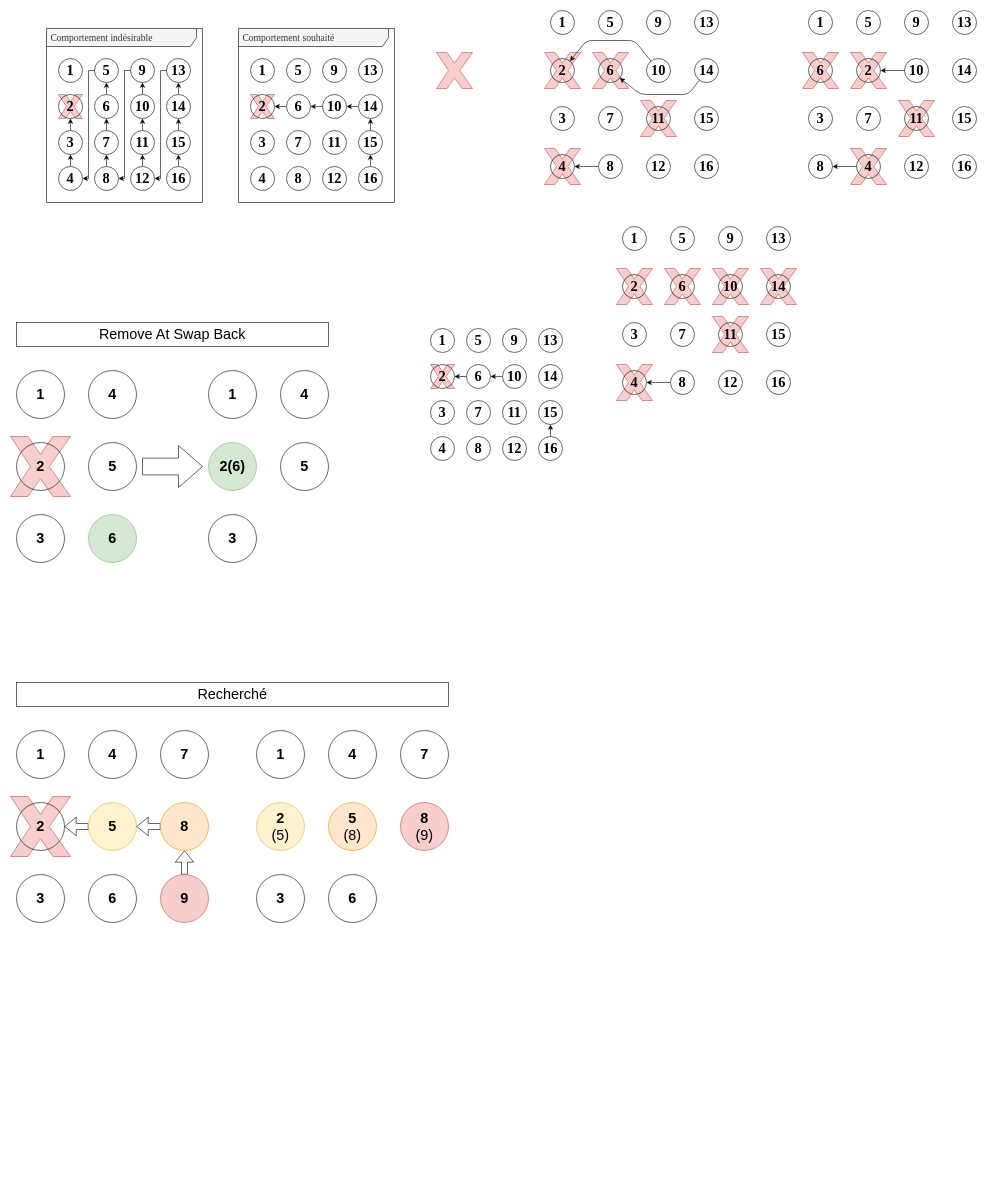
Earlier version of the draw.io diagram Assets/Documentation/Analyse/Regiments/RegimentFormation.drawio (Cat-du-Fromage/TPI_CastleDefense). Source tidied: cells renumbered, new cells numbered last; positions are measured from the earlier drawing's top-left corner, leaving out a move shared by most shapes. Both pictures are drawn from the tidied source at 60%, with x=0, y=0 at pixel (10, 10).
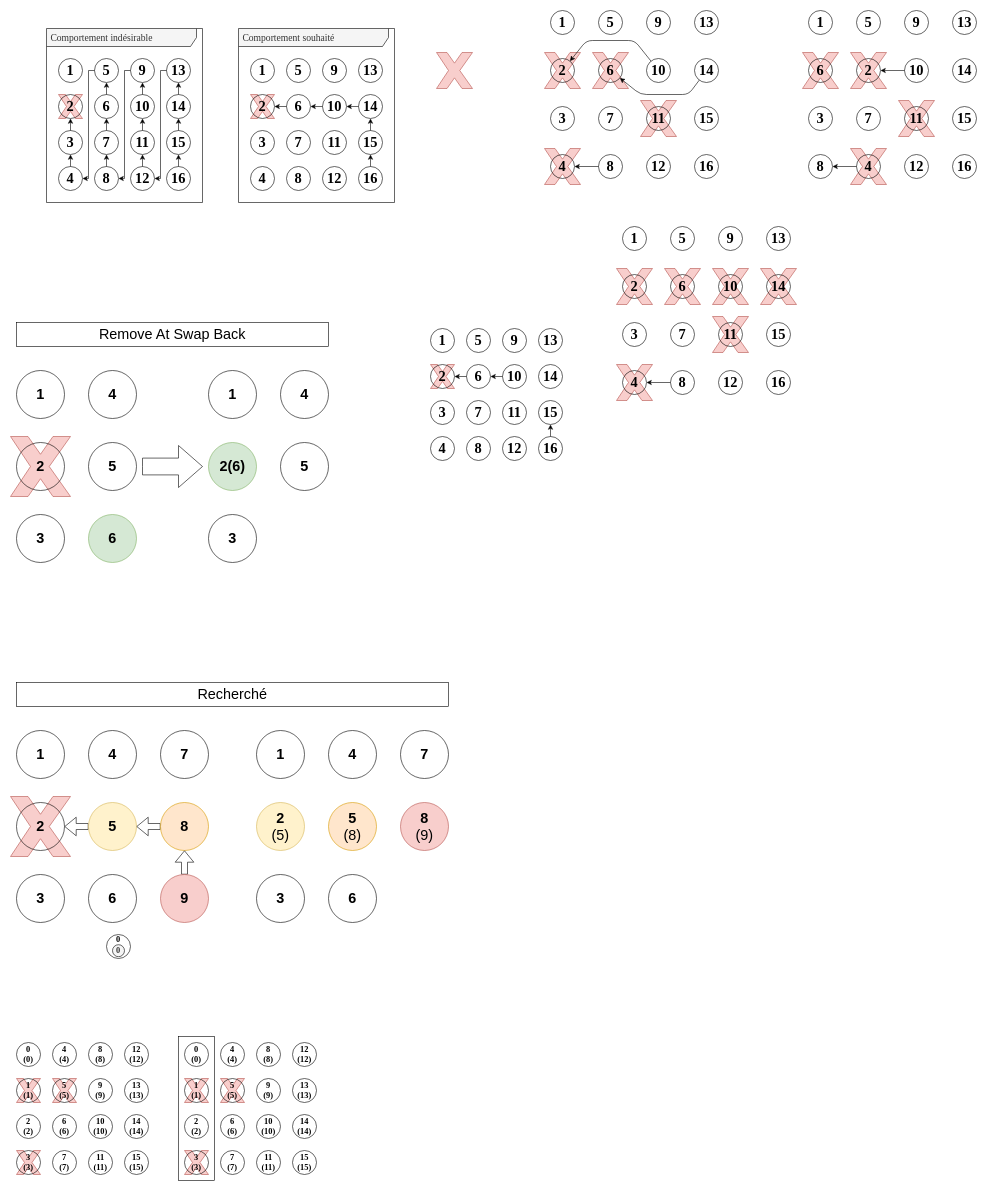
The same diagram, later.

What changed in the source:
```diff
@@
+    <mxCell id="184" style="verticalLabelPosition=bottom;verticalAlign=top;html=1;shape=mxgraph.basic.x;fontSize=24;fillColor=#f8cecc;strokeColor=#b85450;" parent="24" vertex="1">
+      <mxGeometry x="10" y="1780" width="40" height="40" as="geometry" />
+    </mxCell>
+    <mxCell id="185" style="verticalLabelPosition=bottom;verticalAlign=top;html=1;shape=mxgraph.basic.x;fontSize=24;fillColor=#f8cecc;strokeColor=#b85450;" parent="24" vertex="1">
+      <mxGeometry x="70" y="1780" width="40" height="40" as="geometry" />
+    </mxCell>
+    <mxCell id="186" style="verticalLabelPosition=bottom;verticalAlign=top;html=1;shape=mxgraph.basic.x;fontSize=24;fillColor=#f8cecc;strokeColor=#b85450;" parent="24" vertex="1">
+      <mxGeometry x="10" y="1900" width="40" height="40" as="geometry" />
+    </mxCell>
+    <mxCell id="187" style="verticalLabelPosition=bottom;verticalAlign=top;html=1;shape=mxgraph.basic.x;fontSize=24;fillColor=#f8cecc;strokeColor=#b85450;" parent="24" vertex="1">
+      <mxGeometry x="350" y="1780" width="40" height="40" as="geometry" />
+    </mxCell>
+    <mxCell id="188" style="verticalLabelPosition=bottom;verticalAlign=top;html=1;shape=mxgraph.basic.x;fontSize=24;fillColor=#f8cecc;strokeColor=#b85450;" parent="24" vertex="1">
+      <mxGeometry x="290" y="1780" width="40" height="40" as="geometry" />
+    </mxCell>
+    <mxCell id="189" style="verticalLabelPosition=bottom;verticalAlign=top;html=1;shape=mxgraph.basic.x;fontSize=24;fillColor=#f8cecc;strokeColor=#b85450;" parent="24" vertex="1">
+      <mxGeometry x="290" y="1900" width="40" height="40" as="geometry" />
+    </mxCell>
+    <mxCell id="190" parent="0" />
+    <mxCell id="191" style="rounded=0;whiteSpace=wrap;html=1;fontSize=14;fillColor=none;" parent="190" vertex="1">
+      <mxGeometry x="280" y="1710" width="60" height="240" as="geometry" />
+    </mxCell>
@@
+    <mxCell id="192" value="0" style="ellipse;whiteSpace=wrap;html=1;fontSize=14;fontStyle=1;fillColor=none;fontFamily=Times New Roman;verticalAlign=top;spacing=-4;" parent="78" vertex="1">
+      <mxGeometry x="160" y="1540" width="40" height="40" as="geometry" />
+    </mxCell>
+    <mxCell id="193" value="1&lt;br style=&quot;font-size: 14px&quot;&gt;&lt;span style=&quot;font-size: 14px&quot;&gt;(&lt;/span&gt;1&lt;span style=&quot;font-size: 14px&quot;&gt;)&lt;/span&gt;" style="ellipse;whiteSpace=wrap;html=1;fontSize=14;fontStyle=1;fillColor=none;fontFamily=Times New Roman;" parent="78" vertex="1">
+      <mxGeometry x="10" y="1780" width="40" height="40" as="geometry" />
+    </mxCell>
+    <mxCell id="194" value="2&lt;br style=&quot;font-size: 14px;&quot;&gt;(2)" style="ellipse;whiteSpace=wrap;html=1;fontSize=14;fontStyle=1;fillColor=none;fontFamily=Times New Roman;" parent="78" vertex="1">
+      <mxGeometry x="10" y="1840" width="40" height="40" as="geometry" />
+    </mxCell>
+    <mxCell id="195" value="3&lt;br&gt;(3)" style="ellipse;whiteSpace=wrap;html=1;fontSize=14;fontStyle=1;fillColor=none;fontFamily=Times New Roman;" parent="78" vertex="1">
+      <mxGeometry x="10" y="1900" width="40" height="40" as="geometry" />
+    </mxCell>
+    <mxCell id="196" value="4&lt;br&gt;(4)" style="ellipse;whiteSpace=wrap;html=1;fontSize=14;fontStyle=1;fillColor=none;fontFamily=Times New Roman;" parent="78" vertex="1">
+      <mxGeometry x="70" y="1720" width="40" height="40" as="geometry" />
+    </mxCell>
+    <mxCell id="197" value="5&lt;br&gt;(5)" style="ellipse;whiteSpace=wrap;html=1;fontSize=14;fontStyle=1;fillColor=none;fontFamily=Times New Roman;" parent="78" vertex="1">
+      <mxGeometry x="70" y="1780" width="40" height="40" as="geometry" />
+    </mxCell>
+    <mxCell id="198" value="6&lt;br&gt;(6)" style="ellipse;whiteSpace=wrap;html=1;fontSize=14;fontStyle=1;fillColor=none;fontFamily=Times New Roman;" parent="78" vertex="1">
+      <mxGeometry x="70" y="1840" width="40" height="40" as="geometry" />
+    </mxCell>
+    <mxCell id="199" value="7&lt;br&gt;(7)" style="ellipse;whiteSpace=wrap;html=1;fontSize=14;fontStyle=1;fillColor=none;fontFamily=Times New Roman;" parent="78" vertex="1">
+      <mxGeometry x="70" y="1900" width="40" height="40" as="geometry" />
+    </mxCell>
+    <mxCell id="200" value="8&lt;br&gt;(8)" style="ellipse;whiteSpace=wrap;html=1;fontSize=14;fontStyle=1;fillColor=none;fontFamily=Times New Roman;" parent="78" vertex="1">
+      <mxGeometry x="130" y="1720" width="40" height="40" as="geometry" />
+    </mxCell>
+    <mxCell id="201" value="9&lt;br&gt;(9)" style="ellipse;whiteSpace=wrap;html=1;fontSize=14;fontStyle=1;fillColor=none;fontFamily=Times New Roman;" parent="78" vertex="1">
+      <mxGeometry x="130" y="1780" width="40" height="40" as="geometry" />
+    </mxCell>
+    <mxCell id="202" value="10&lt;br&gt;(10)" style="ellipse;whiteSpace=wrap;html=1;fontSize=14;fontStyle=1;fillColor=none;fontFamily=Times New Roman;" parent="78" vertex="1">
+      <mxGeometry x="130" y="1840" width="40" height="40" as="geometry" />
+    </mxCell>
+    <mxCell id="203" value="11&lt;br&gt;(11)" style="ellipse;whiteSpace=wrap;html=1;fontSize=14;fontStyle=1;fillColor=none;fontFamily=Times New Roman;" parent="78" vertex="1">
+      <mxGeometry x="130" y="1900" width="40" height="40" as="geometry" />
+    </mxCell>
+    <mxCell id="204" value="12&lt;br&gt;(12)" style="ellipse;whiteSpace=wrap;html=1;fontSize=14;fontStyle=1;fillColor=none;fontFamily=Times New Roman;" parent="78" vertex="1">
+      <mxGeometry x="190" y="1720" width="40" height="40" as="geometry" />
+    </mxCell>
+    <mxCell id="205" value="13&lt;br&gt;(13)" style="ellipse;whiteSpace=wrap;html=1;fontSize=14;fontStyle=1;fillColor=none;fontFamily=Times New Roman;" parent="78" vertex="1">
+      <mxGeometry x="190" y="1780" width="40" height="40" as="geometry" />
+    </mxCell>
+    <mxCell id="206" value="14&lt;br&gt;(14)" style="ellipse;whiteSpace=wrap;html=1;fontSize=14;fontStyle=1;fillColor=none;fontFamily=Times New Roman;" parent="78" vertex="1">
+      <mxGeometry x="190" y="1840" width="40" height="40" as="geometry" />
+    </mxCell>
+    <mxCell id="207" value="15&lt;br&gt;(15)" style="ellipse;whiteSpace=wrap;html=1;fontSize=14;fontStyle=1;fillColor=none;fontFamily=Times New Roman;" parent="78" vertex="1">
+      <mxGeometry x="190" y="1900" width="40" height="40" as="geometry" />
+    </mxCell>
+    <mxCell id="208" value="0&lt;br&gt;(0)" style="ellipse;whiteSpace=wrap;html=1;fontSize=14;fontStyle=1;fillColor=none;fontFamily=Times New Roman;verticalAlign=middle;spacing=2;" parent="78" vertex="1">
+      <mxGeometry x="10" y="1720" width="40" height="40" as="geometry" />
+    </mxCell>
+    <mxCell id="209" value="1&lt;br style=&quot;font-size: 14px&quot;&gt;&lt;span style=&quot;font-size: 14px&quot;&gt;(&lt;/span&gt;1&lt;span style=&quot;font-size: 14px&quot;&gt;)&lt;/span&gt;" style="ellipse;whiteSpace=wrap;html=1;fontSize=14;fontStyle=1;fillColor=none;fontFamily=Times New Roman;" parent="78" vertex="1">
+      <mxGeometry x="290" y="1780" width="40" height="40" as="geometry" />
+    </mxCell>
+    <mxCell id="210" value="2&lt;br style=&quot;font-size: 14px;&quot;&gt;(2)" style="ellipse;whiteSpace=wrap;html=1;fontSize=14;fontStyle=1;fillColor=none;fontFamily=Times New Roman;" parent="78" vertex="1">
+      <mxGeometry x="290" y="1840" width="40" height="40" as="geometry" />
+    </mxCell>
+    <mxCell id="211" value="3&lt;br&gt;(3)" style="ellipse;whiteSpace=wrap;html=1;fontSize=14;fontStyle=1;fillColor=none;fontFamily=Times New Roman;" parent="78" vertex="1">
+      <mxGeometry x="290" y="1900" width="40" height="40" as="geometry" />
+    </mxCell>
+    <mxCell id="212" value="4&lt;br&gt;(4)" style="ellipse;whiteSpace=wrap;html=1;fontSize=14;fontStyle=1;fillColor=none;fontFamily=Times New Roman;" parent="78" vertex="1">
+      <mxGeometry x="350" y="1720" width="40" height="40" as="geometry" />
+    </mxCell>
+    <mxCell id="213" value="5&lt;br&gt;(5)" style="ellipse;whiteSpace=wrap;html=1;fontSize=14;fontStyle=1;fillColor=none;fontFamily=Times New Roman;" parent="78" vertex="1">
+      <mxGeometry x="350" y="1780" width="40" height="40" as="geometry" />
+    </mxCell>
+    <mxCell id="214" value="6&lt;br&gt;(6)" style="ellipse;whiteSpace=wrap;html=1;fontSize=14;fontStyle=1;fillColor=none;fontFamily=Times New Roman;" parent="78" vertex="1">
+      <mxGeometry x="350" y="1840" width="40" height="40" as="geometry" />
+    </mxCell>
+    <mxCell id="215" value="7&lt;br&gt;(7)" style="ellipse;whiteSpace=wrap;html=1;fontSize=14;fontStyle=1;fillColor=none;fontFamily=Times New Roman;" parent="78" vertex="1">
+      <mxGeometry x="350" y="1900" width="40" height="40" as="geometry" />
+    </mxCell>
+    <mxCell id="216" value="8&lt;br&gt;(8)" style="ellipse;whiteSpace=wrap;html=1;fontSize=14;fontStyle=1;fillColor=none;fontFamily=Times New Roman;" parent="78" vertex="1">
+      <mxGeometry x="410" y="1720" width="40" height="40" as="geometry" />
+    </mxCell>
+    <mxCell id="217" value="9&lt;br&gt;(9)" style="ellipse;whiteSpace=wrap;html=1;fontSize=14;fontStyle=1;fillColor=none;fontFamily=Times New Roman;" parent="78" vertex="1">
+      <mxGeometry x="410" y="1780" width="40" height="40" as="geometry" />
+    </mxCell>
+    <mxCell id="218" value="10&lt;br&gt;(10)" style="ellipse;whiteSpace=wrap;html=1;fontSize=14;fontStyle=1;fillColor=none;fontFamily=Times New Roman;" parent="78" vertex="1">
+      <mxGeometry x="410" y="1840" width="40" height="40" as="geometry" />
+    </mxCell>
+    <mxCell id="219" value="11&lt;br&gt;(11)" style="ellipse;whiteSpace=wrap;html=1;fontSize=14;fontStyle=1;fillColor=none;fontFamily=Times New Roman;" parent="78" vertex="1">
+      <mxGeometry x="410" y="1900" width="40" height="40" as="geometry" />
+    </mxCell>
+    <mxCell id="220" value="12&lt;br&gt;(12)" style="ellipse;whiteSpace=wrap;html=1;fontSize=14;fontStyle=1;fillColor=none;fontFamily=Times New Roman;" parent="78" vertex="1">
+      <mxGeometry x="470" y="1720" width="40" height="40" as="geometry" />
+    </mxCell>
+    <mxCell id="221" value="13&lt;br&gt;(13)" style="ellipse;whiteSpace=wrap;html=1;fontSize=14;fontStyle=1;fillColor=none;fontFamily=Times New Roman;" parent="78" vertex="1">
+      <mxGeometry x="470" y="1780" width="40" height="40" as="geometry" />
+    </mxCell>
+    <mxCell id="222" value="14&lt;br&gt;(14)" style="ellipse;whiteSpace=wrap;html=1;fontSize=14;fontStyle=1;fillColor=none;fontFamily=Times New Roman;" parent="78" vertex="1">
+      <mxGeometry x="470" y="1840" width="40" height="40" as="geometry" />
+    </mxCell>
+    <mxCell id="223" value="15&lt;br&gt;(15)" style="ellipse;whiteSpace=wrap;html=1;fontSize=14;fontStyle=1;fillColor=none;fontFamily=Times New Roman;" parent="78" vertex="1">
+      <mxGeometry x="470" y="1900" width="40" height="40" as="geometry" />
+    </mxCell>
+    <mxCell id="224" value="0&lt;br&gt;(0)" style="ellipse;whiteSpace=wrap;html=1;fontSize=14;fontStyle=1;fillColor=none;fontFamily=Times New Roman;verticalAlign=middle;spacing=2;" parent="78" vertex="1">
+      <mxGeometry x="290" y="1720" width="40" height="40" as="geometry" />
+    </mxCell>
+    <mxCell id="225" parent="0" />
+    <mxCell id="226" value="0" style="ellipse;whiteSpace=wrap;html=1;fontSize=14;fontStyle=1;fillColor=#f5f5f5;fontFamily=Times New Roman;fontColor=#333333;strokeColor=#000000;" parent="225" vertex="1">
+      <mxGeometry x="170" y="1557" width="20" height="20" as="geometry" />
+    </mxCell>
```
